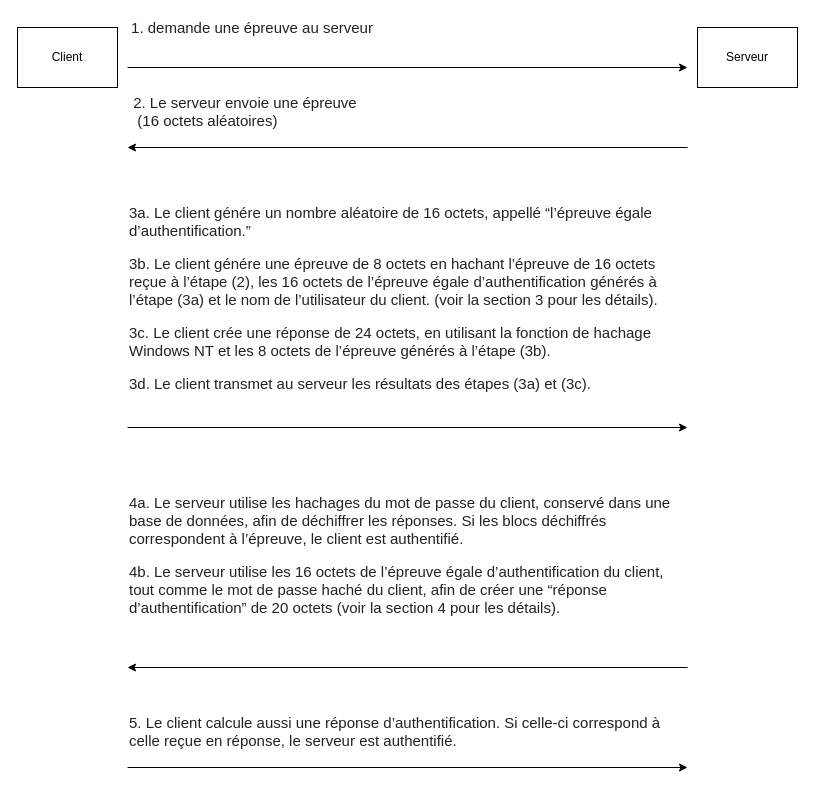
This is ms_chap.drawio from Gomonriou/Radius, a draw.io file, before an edit. Source tidied: cells renumbered, new cells numbered last; positions are measured from the earlier drawing's top-left corner, leaving out a move shared by most shapes. Both pictures are drawn from the tidied source at 100%, with x=0, y=0 at pixel (17, 17).
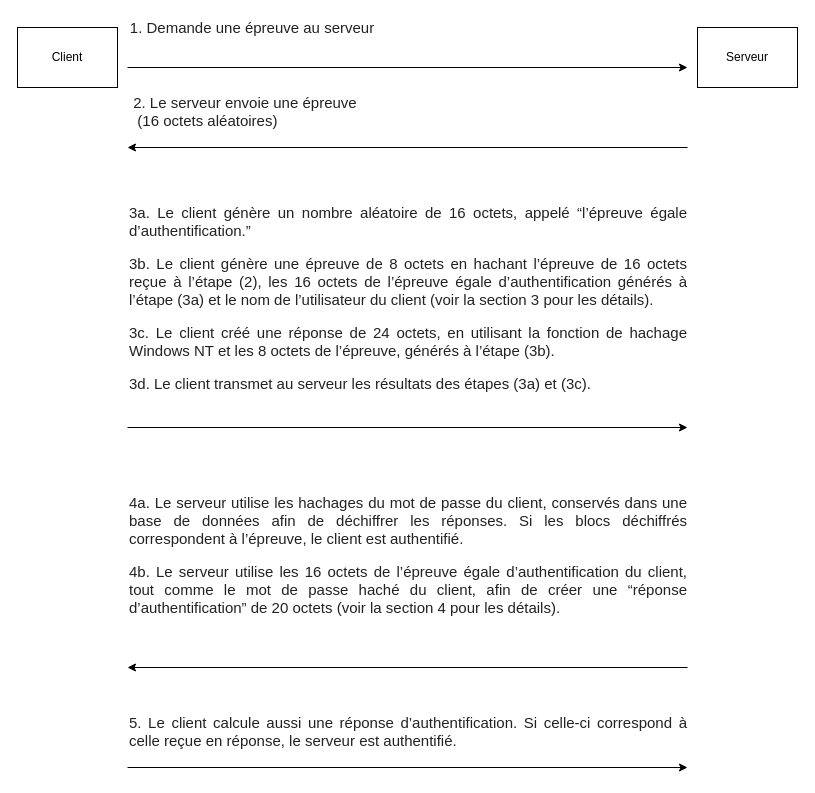
Above is the later version.

The edit, as a diff of the source:
```diff
@@
-    <mxCell id="3" value="&lt;span style=&quot;color: rgb(34 , 34 , 34) ; font-family: &amp;#34;helvetica&amp;#34; , &amp;#34;arial&amp;#34; , sans-serif ; font-size: 15px ; background-color: rgb(255 , 255 , 255)&quot;&gt;1. demande une épreuve au serveur&lt;/span&gt;" style="text;html=1;strokeColor=none;fillColor=none;align=center;verticalAlign=middle;whiteSpace=wrap;rounded=0;" parent="1" vertex="1">
+    <mxCell id="3" value="&lt;span style=&quot;color: rgb(34 , 34 , 34) ; font-family: &amp;#34;helvetica&amp;#34; , &amp;#34;arial&amp;#34; , sans-serif ; font-size: 15px ; background-color: rgb(255 , 255 , 255)&quot;&gt;1. Demande une épreuve au serveur&lt;/span&gt;" style="text;html=1;strokeColor=none;fillColor=none;align=center;verticalAlign=middle;whiteSpace=wrap;rounded=0;" parent="1" vertex="1">
       <mxGeometry x="110" width="250" height="20" as="geometry" />
     </mxCell>
@@
-    <mxCell id="7" value="&lt;p style=&quot;margin: 0px 0px 1em ; padding: 0px ; border: 0px ; color: rgb(34 , 34 , 34) ; font-family: &amp;#34;helvetica&amp;#34; , &amp;#34;arial&amp;#34; , sans-serif ; font-size: 15px ; font-style: normal ; font-weight: 400 ; letter-spacing: normal ; text-indent: 0px ; text-transform: none ; word-spacing: 0px&quot;&gt;3a. Le client génére un nombre aléatoire de 16 octets, appellé “l’épreuve égale d’authentification.”&lt;/p&gt;&lt;p style=&quot;margin: 0px 0px 1em ; padding: 0px ; border: 0px ; color: rgb(34 , 34 , 34) ; font-family: &amp;#34;helvetica&amp;#34; , &amp;#34;arial&amp;#34; , sans-serif ; font-size: 15px ; font-style: normal ; font-weight: 400 ; letter-spacing: normal ; text-indent: 0px ; text-transform: none ; word-spacing: 0px&quot;&gt;3b. Le client génére une épreuve de 8 octets en hachant l’épreuve de 16 octets reçue à l’étape (2), les 16 octets de l’épreuve égale d’authentification générés à l’étape (3a) et le nom de l’utilisateur du client. (voir la section 3 pour les détails).&lt;/p&gt;&lt;p style=&quot;margin: 0px 0px 1em ; padding: 0px ; border: 0px ; color: rgb(34 , 34 , 34) ; font-family: &amp;#34;helvetica&amp;#34; , &amp;#34;arial&amp;#34; , sans-serif ; font-size: 15px ; font-style: normal ; font-weight: 400 ; letter-spacing: normal ; text-indent: 0px ; text-transform: none ; word-spacing: 0px&quot;&gt;3c. Le client crée une réponse de 24 octets, en utilisant la fonction de hachage Windows NT et les 8 octets de l’épreuve générés à l’étape (3b).&amp;nbsp;&lt;/p&gt;&lt;p style=&quot;margin: 0px 0px 1em ; padding: 0px ; border: 0px ; color: rgb(34 , 34 , 34) ; font-family: &amp;#34;helvetica&amp;#34; , &amp;#34;arial&amp;#34; , sans-serif ; font-size: 15px ; font-style: normal ; font-weight: 400 ; letter-spacing: normal ; text-indent: 0px ; text-transform: none ; word-spacing: 0px&quot;&gt;3d. Le client transmet au serveur les résultats des étapes (3a) et (3c).&lt;/p&gt;" style="text;whiteSpace=wrap;html=1;" parent="1" vertex="1">
+    <mxCell id="7" value="&lt;p style=&quot;text-align: justify ; margin: 0px 0px 1em ; padding: 0px ; border: 0px ; color: rgb(34 , 34 , 34) ; font-family: &amp;#34;helvetica&amp;#34; , &amp;#34;arial&amp;#34; , sans-serif ; font-size: 15px ; font-style: normal ; font-weight: 400 ; letter-spacing: normal ; text-indent: 0px ; text-transform: none ; word-spacing: 0px&quot;&gt;3a. Le client génère un nombre aléatoire de 16 octets, appelé “l’épreuve égale d’authentification.”&lt;/p&gt;&lt;p style=&quot;text-align: justify ; margin: 0px 0px 1em ; padding: 0px ; border: 0px ; color: rgb(34 , 34 , 34) ; font-family: &amp;#34;helvetica&amp;#34; , &amp;#34;arial&amp;#34; , sans-serif ; font-size: 15px ; font-style: normal ; font-weight: 400 ; letter-spacing: normal ; text-indent: 0px ; text-transform: none ; word-spacing: 0px&quot;&gt;3b. Le client génère une épreuve de 8 octets en hachant l’épreuve de 16 octets reçue à l’étape (2), les 16 octets de l’épreuve égale d’authentification générés à l’étape (3a) et le nom de l’utilisateur du client (voir la section 3 pour les détails).&lt;/p&gt;&lt;p style=&quot;text-align: justify ; margin: 0px 0px 1em ; padding: 0px ; border: 0px ; color: rgb(34 , 34 , 34) ; font-family: &amp;#34;helvetica&amp;#34; , &amp;#34;arial&amp;#34; , sans-serif ; font-size: 15px ; font-style: normal ; font-weight: 400 ; letter-spacing: normal ; text-indent: 0px ; text-transform: none ; word-spacing: 0px&quot;&gt;3c. Le client créé une réponse de 24 octets, en utilisant la fonction de hachage Windows NT et les 8 octets de l’épreuve, générés à l’étape (3b).&amp;nbsp;&lt;/p&gt;&lt;p style=&quot;text-align: justify ; margin: 0px 0px 1em ; padding: 0px ; border: 0px ; color: rgb(34 , 34 , 34) ; font-family: &amp;#34;helvetica&amp;#34; , &amp;#34;arial&amp;#34; , sans-serif ; font-size: 15px ; font-style: normal ; font-weight: 400 ; letter-spacing: normal ; text-indent: 0px ; text-transform: none ; word-spacing: 0px&quot;&gt;3d. Le client transmet au serveur les résultats des étapes (3a) et (3c).&lt;/p&gt;" style="text;whiteSpace=wrap;html=1;" parent="1" vertex="1">
       <mxGeometry x="110" y="180" width="560" height="210" as="geometry" />
     </mxCell>
-    <mxCell id="8" value="&lt;p style=&quot;margin: 0px 0px 1em; padding: 0px; border: 0px; color: rgb(34, 34, 34); font-family: helvetica, arial, sans-serif; font-size: 15px; font-style: normal; font-weight: 400; letter-spacing: normal; text-indent: 0px; text-transform: none; word-spacing: 0px;&quot;&gt;4a. Le serveur utilise les hachages du mot de passe du client, conservé dans une base de données, afin de déchiffrer les réponses. Si les blocs déchiffrés correspondent à l’épreuve, le client est authentifié.&lt;/p&gt;&lt;p style=&quot;margin: 0px 0px 1em; padding: 0px; border: 0px; color: rgb(34, 34, 34); font-family: helvetica, arial, sans-serif; font-size: 15px; font-style: normal; font-weight: 400; letter-spacing: normal; text-indent: 0px; text-transform: none; word-spacing: 0px;&quot;&gt;4b. Le serveur utilise les 16 octets de l’épreuve égale d’authentification du client, tout comme le mot de passe haché du client, afin de créer une “réponse d’authentification” de 20 octets (voir la section 4 pour les détails).&lt;/p&gt;" style="text;whiteSpace=wrap;html=1;" parent="1" vertex="1">
+    <mxCell id="8" value="&lt;p style=&quot;text-align: justify ; margin: 0px 0px 1em ; padding: 0px ; border: 0px ; color: rgb(34 , 34 , 34) ; font-family: &amp;#34;helvetica&amp;#34; , &amp;#34;arial&amp;#34; , sans-serif ; font-size: 15px ; font-style: normal ; font-weight: 400 ; letter-spacing: normal ; text-indent: 0px ; text-transform: none ; word-spacing: 0px&quot;&gt;4a. Le serveur utilise les hachages du mot de passe du client, conservés dans une base de données afin de déchiffrer les réponses. Si les blocs déchiffrés correspondent à l’épreuve, le client est authentifié.&lt;/p&gt;&lt;p style=&quot;text-align: justify ; margin: 0px 0px 1em ; padding: 0px ; border: 0px ; color: rgb(34 , 34 , 34) ; font-family: &amp;#34;helvetica&amp;#34; , &amp;#34;arial&amp;#34; , sans-serif ; font-size: 15px ; font-style: normal ; font-weight: 400 ; letter-spacing: normal ; text-indent: 0px ; text-transform: none ; word-spacing: 0px&quot;&gt;4b. Le serveur utilise les 16 octets de l’épreuve égale d’authentification du client, tout comme le mot de passe haché du client, afin de créer une “réponse d’authentification” de 20 octets (voir la section 4 pour les détails).&lt;/p&gt;" style="text;whiteSpace=wrap;html=1;" parent="1" vertex="1">
       <mxGeometry x="110" y="470" width="560" height="170" as="geometry" />
     </mxCell>
@@
-    <mxCell id="10" value="&lt;span style=&quot;color: rgb(34, 34, 34); font-family: helvetica, arial, sans-serif; font-size: 15px; font-style: normal; font-weight: 400; letter-spacing: normal; text-indent: 0px; text-transform: none; word-spacing: 0px; background-color: rgb(255, 255, 255); display: inline; float: none;&quot;&gt;5. Le client calcule aussi une réponse d’authentification. Si celle-ci correspond à celle reçue en réponse, le serveur est authentifié.&lt;/span&gt;" style="text;whiteSpace=wrap;html=1;" parent="1" vertex="1">
+    <mxCell id="10" value="&lt;div style=&quot;text-align: justify&quot;&gt;&lt;span style=&quot;background-color: rgb(255 , 255 , 255) ; color: rgb(34 , 34 , 34) ; font-family: &amp;#34;helvetica&amp;#34; , &amp;#34;arial&amp;#34; , sans-serif ; font-size: 15px&quot;&gt;5. Le client calcule aussi une réponse d’authentification. Si celle-ci correspond à celle reçue en réponse, le serveur est authentifié.&lt;/span&gt;&lt;/div&gt;" style="text;whiteSpace=wrap;html=1;" parent="1" vertex="1">
       <mxGeometry x="110" y="690" width="560" height="50" as="geometry" />
     </mxCell>
```
